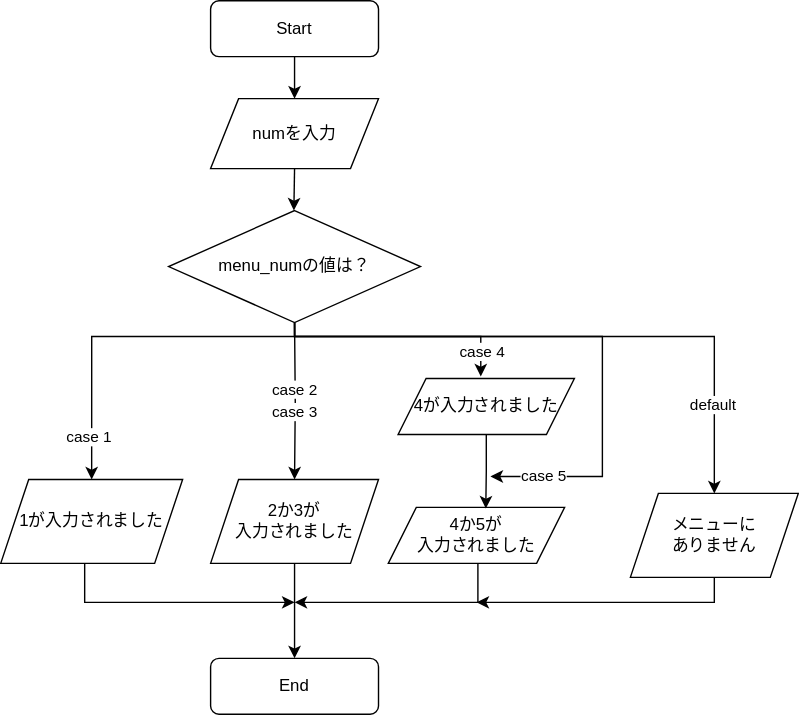
SystemEngineeringTeam/SysLearn keeps this draw.io diagram as public/fc_sample_break.drawio.svg. Above is the earlier version. Source tidied: cells renumbered, new cells last; positions are measured from the earlier drawing's top-left corner, leaving out a move shared by most shapes.
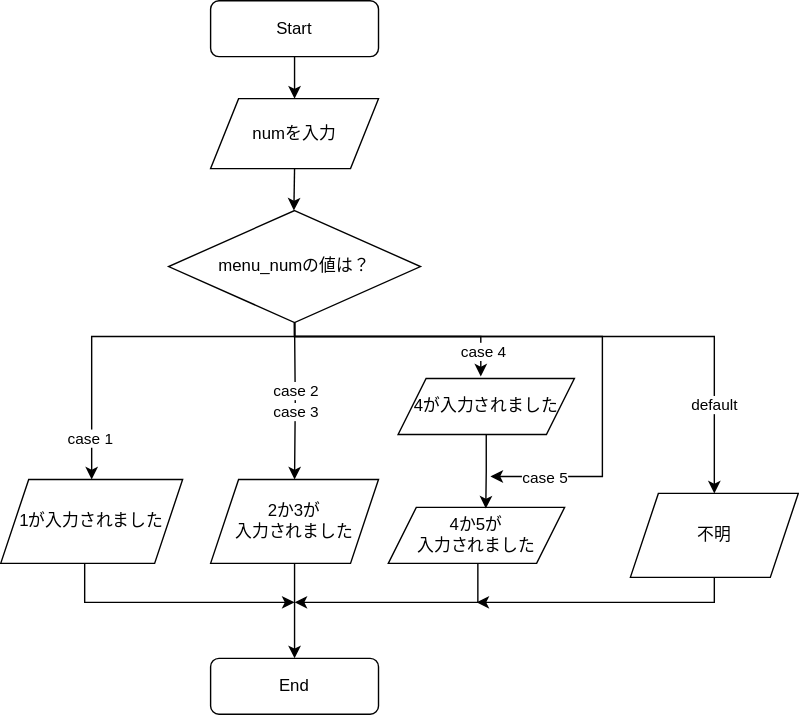
After the commit.

Commit message:
fix:フローチャートの調整

Diff of the diagram source:
```diff
@@ -96,7 +96,7 @@
         </Array>
       </mxGeometry>
     </mxCell>
-    <mxCell id="21" value="メニューに&lt;div&gt;ありません&lt;/div&gt;" style="shape=parallelogram;perimeter=parallelogramPerimeter;whiteSpace=wrap;html=1;fixedSize=1;" parent="1" vertex="1">
+    <mxCell id="21" value="不明" style="shape=parallelogram;perimeter=parallelogramPerimeter;whiteSpace=wrap;html=1;fixedSize=1;" parent="1" vertex="1">
       <mxGeometry x="450" y="352.1" width="120" height="60" as="geometry" />
     </mxCell>
     <mxCell id="22" style="edgeStyle=orthogonalEdgeStyle;rounded=0;jettySize=auto;html=1;entryX=0.5;entryY=0;entryDx=0;entryDy=0;" parent="1" edge="1" source="16" target="4">
```
